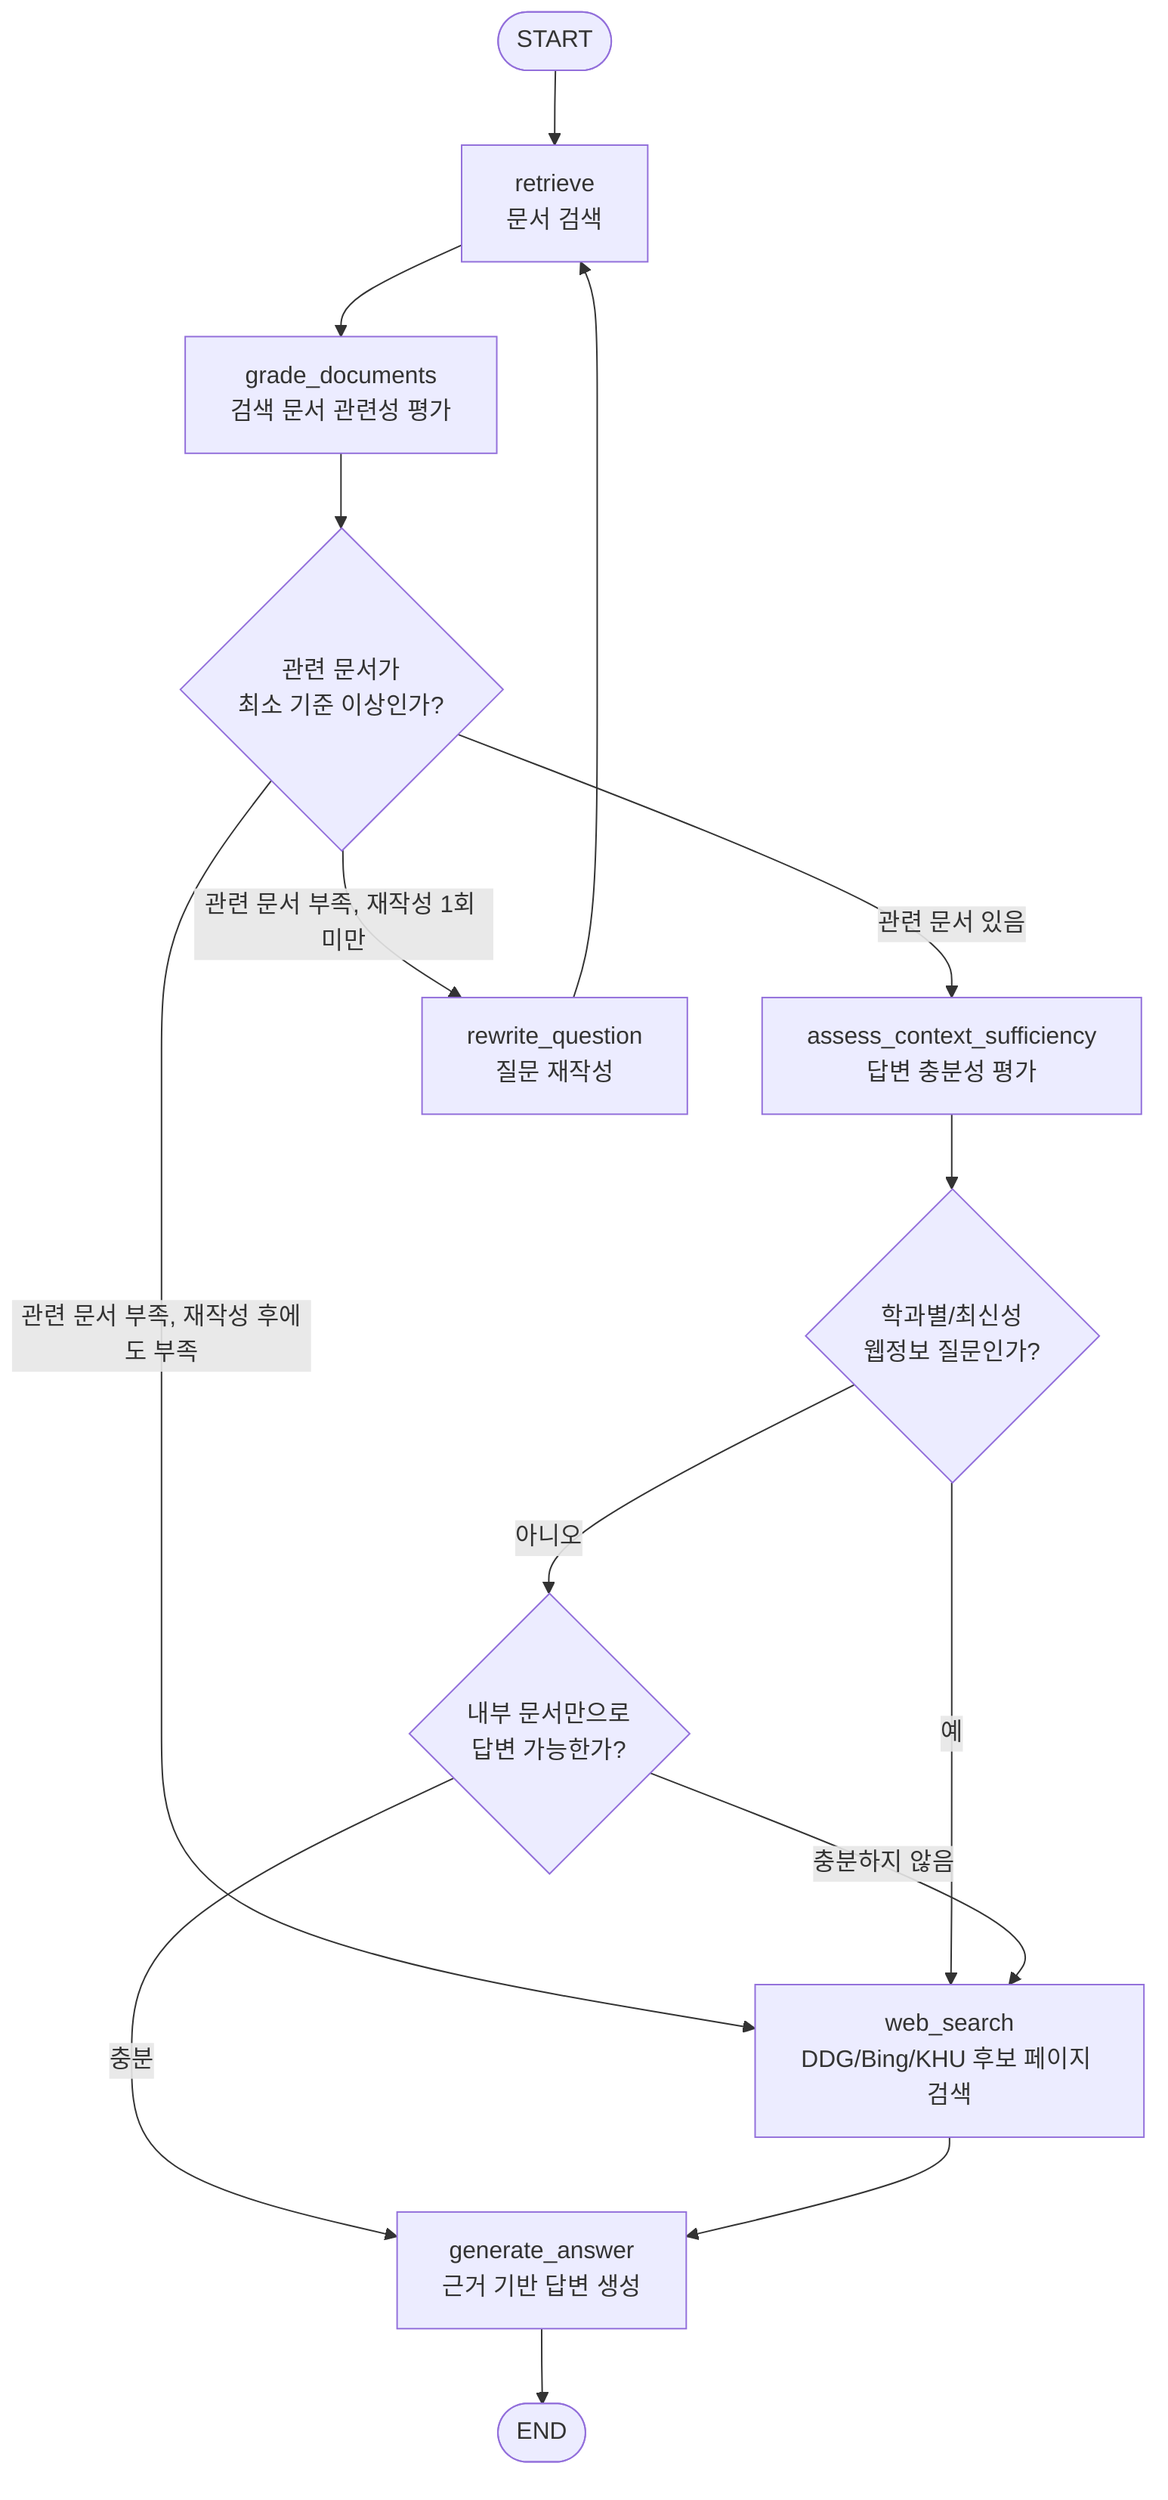
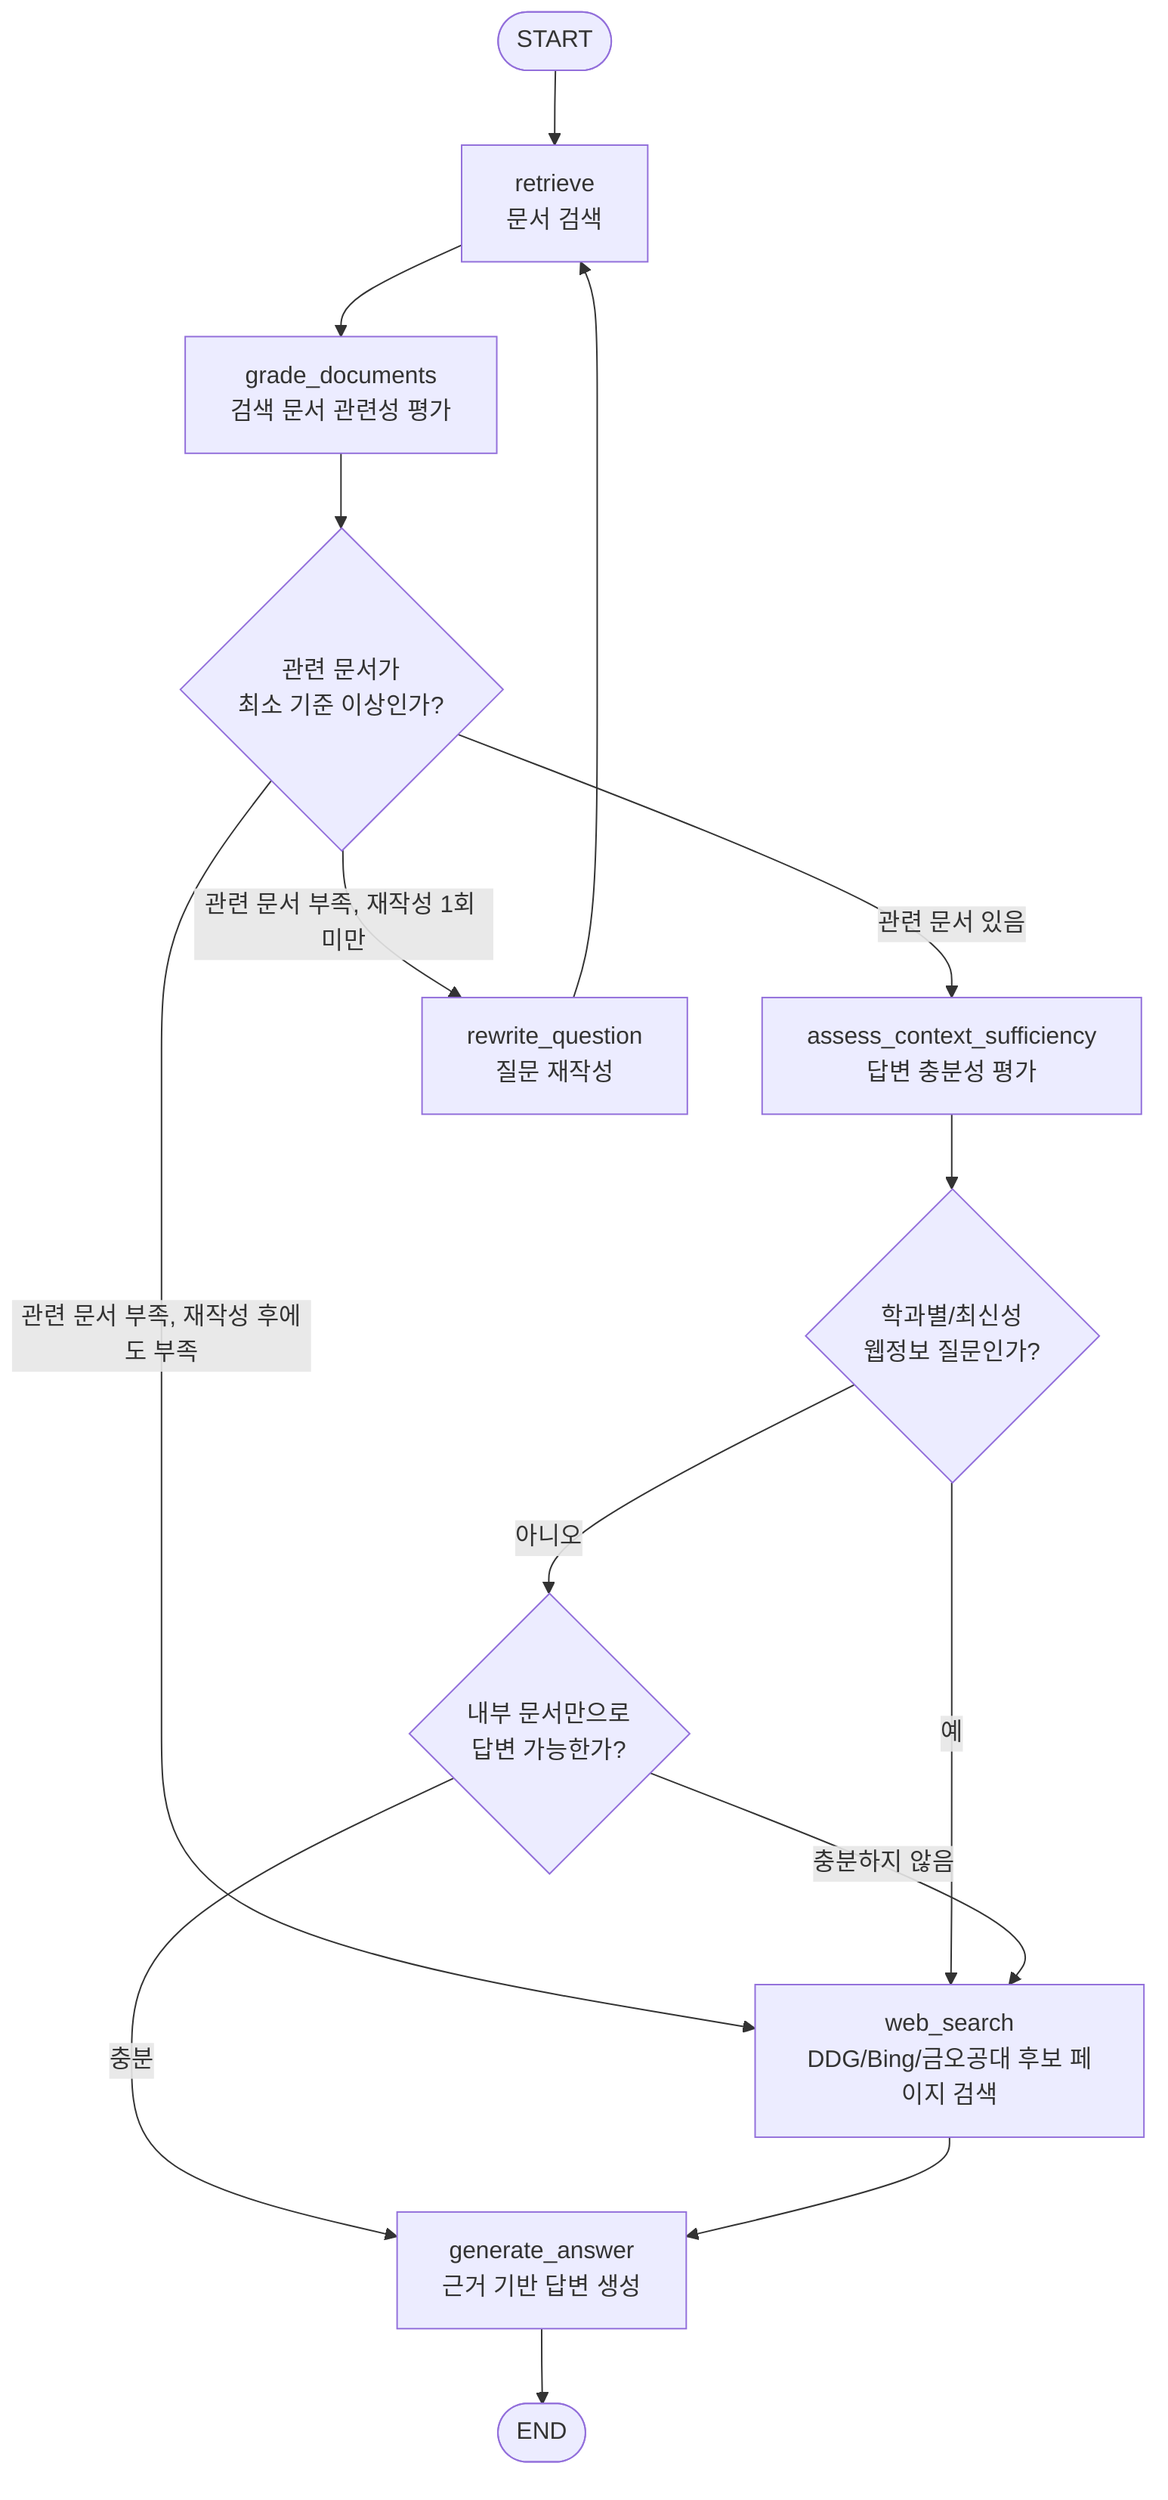
flowchart TD
    START([START])
    RETRIEVE["retrieve<br/>문서 검색"]
    GRADE["grade_documents<br/>검색 문서 관련성 평가"]
    DECIDE_RELEVANCE{"관련 문서가<br/>최소 기준 이상인가?"}
    ASSESS["assess_context_sufficiency<br/>답변 충분성 평가"]
    FORCE_WEB{"학과별/최신성<br/>웹정보 질문인가?"}
    DECIDE_SUFFICIENCY{"내부 문서만으로<br/>답변 가능한가?"}
    REWRITE["rewrite_question<br/>질문 재작성"]
-     WEB["web_search<br/>DDG/Bing/KHU 후보 페이지 검색"]
+     WEB["web_search<br/>DDG/Bing/금오공대 후보 페이지 검색"]
    GENERATE["generate_answer<br/>근거 기반 답변 생성"]
    END([END])

    START --> RETRIEVE
    RETRIEVE --> GRADE
    GRADE --> DECIDE_RELEVANCE
    DECIDE_RELEVANCE -- "관련 문서 부족, 재작성 1회 미만" --> REWRITE
    REWRITE --> RETRIEVE
    DECIDE_RELEVANCE -- "관련 문서 부족, 재작성 후에도 부족" --> WEB
    DECIDE_RELEVANCE -- "관련 문서 있음" --> ASSESS
    ASSESS --> FORCE_WEB
    FORCE_WEB -- "예" --> WEB
    FORCE_WEB -- "아니오" --> DECIDE_SUFFICIENCY
    DECIDE_SUFFICIENCY -- "충분" --> GENERATE
    DECIDE_SUFFICIENCY -- "충분하지 않음" --> WEB
    WEB --> GENERATE
    GENERATE --> END
